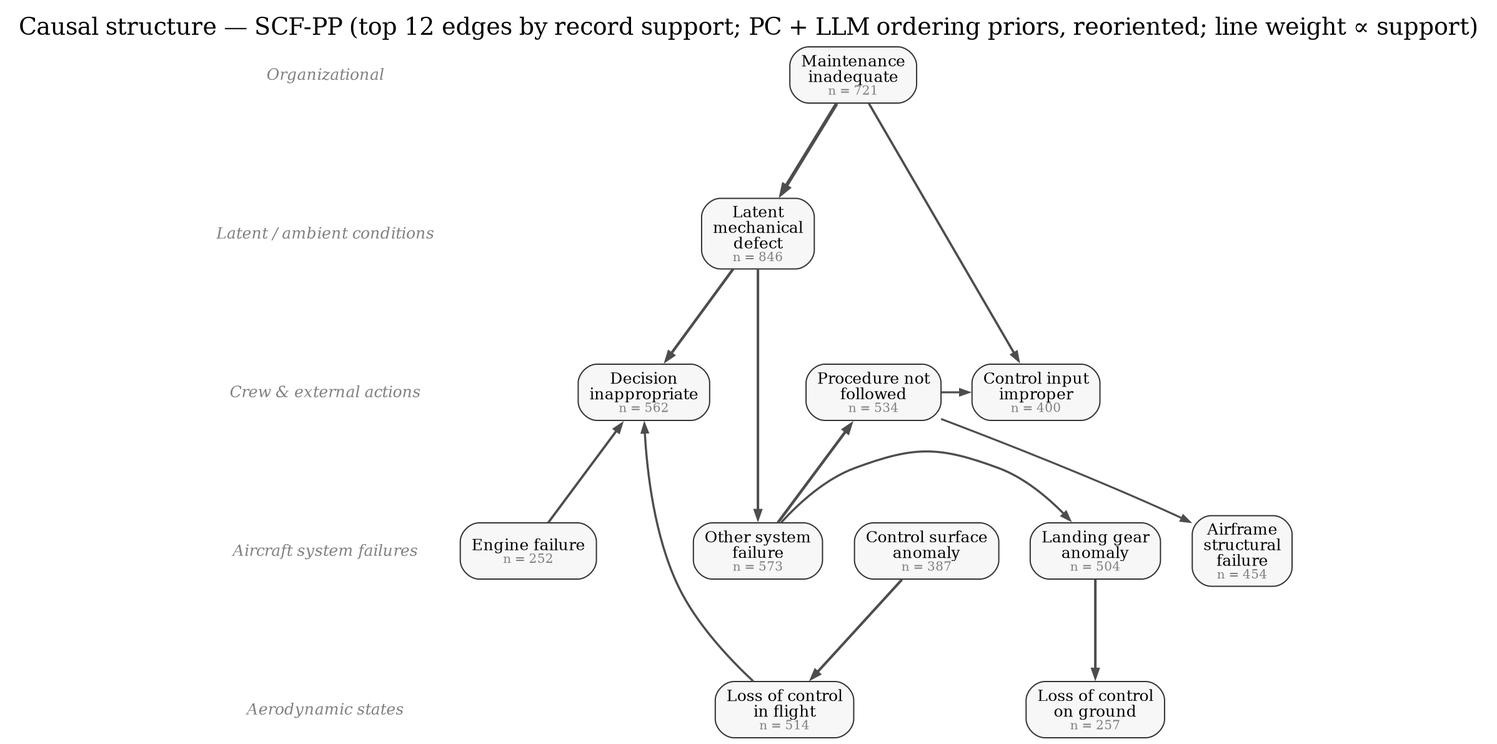
The Graphviz diagram event_extraction/out/causation_kg/figures/dag_SCF-PP_top.png in YutianPangASU/AviationSafetyReportKnowledgeGraph, before a commit. Its source is kept beside it as event_extraction/out/causation_kg/figures/dag_SCF-PP_top.gv. The source it was exported from:
```dot
digraph G {
  rankdir=TB; splines=spline; nodesep=0.28; ranksep=0.85;
  bgcolor="white";
  labelloc="t"; label=<<font face="Times-Roman" point-size="15">Causal structure &#8212; SCF-PP (top 12 edges by record support; PC + LLM ordering priors, reoriented; line weight &#8733; support)</font>>;
  node [shape=box, style="rounded,filled", fillcolor="#f7f7f7", color="#333333", penwidth=0.8, fontname="Times-Roman", fontsize=10, margin="0.10,0.05"];
  edge [color="#4d4d4d", arrowsize=0.55, fontname="Times-Roman", fontsize=8, fontcolor="#4d4d4d"];
  tier0 [shape=plaintext, style="", fillcolor=none, fontname="Times-Italic", fontsize=10, fontcolor="#808080", label="Organizational"];
  { rank=same; tier0; "MAINTENANCE_INADEQUATE" }
  tier1 [shape=plaintext, style="", fillcolor=none, fontname="Times-Italic", fontsize=10, fontcolor="#808080", label="Latent / ambient conditions"];
  { rank=same; tier1; "LATENT_MECHANICAL_DEFECT" }
  tier0 -> tier1 [style=invis];
  tier3 [shape=plaintext, style="", fillcolor=none, fontname="Times-Italic", fontsize=10, fontcolor="#808080", label="Crew & external actions"];
  { rank=same; tier3; "DECISION_INAPPROPRIATE" "CONTROL_INPUT_IMPROPER" "PROCEDURE_NOT_FOLLOWED" }
  tier1 -> tier3 [style=invis];
  tier4 [shape=plaintext, style="", fillcolor=none, fontname="Times-Italic", fontsize=10, fontcolor="#808080", label="Aircraft system failures"];
  { rank=same; tier4; "ENGINE_FAILURE" "AIRFRAME_STRUCTURAL_FAILURE" "CONTROL_SURFACE_ANOMALY" "LANDING_GEAR_ANOMALY" "OTHER_SYSTEM_FAILURE" }
  tier3 -> tier4 [style=invis];
  tier5 [shape=plaintext, style="", fillcolor=none, fontname="Times-Italic", fontsize=10, fontcolor="#808080", label="Aerodynamic states"];
  { rank=same; tier5; "LOSS_OF_CONTROL_INFLIGHT" "LOSS_OF_CONTROL_GROUND" }
  tier4 -> tier5 [style=invis];
  "AIRFRAME_STRUCTURAL_FAILURE" [label=<Airframe<br/>structural<br/>failure<br/><font point-size="8" color="#808080">n = 454</font>>];
  "CONTROL_INPUT_IMPROPER" [label=<Control input<br/>improper<br/><font point-size="8" color="#808080">n = 400</font>>];
  "CONTROL_SURFACE_ANOMALY" [label=<Control surface<br/>anomaly<br/><font point-size="8" color="#808080">n = 387</font>>];
  "DECISION_INAPPROPRIATE" [label=<Decision<br/>inappropriate<br/><font point-size="8" color="#808080">n = 562</font>>];
  "ENGINE_FAILURE" [label=<Engine failure<br/><font point-size="8" color="#808080">n = 252</font>>];
  "LANDING_GEAR_ANOMALY" [label=<Landing gear<br/>anomaly<br/><font point-size="8" color="#808080">n = 504</font>>];
  "LATENT_MECHANICAL_DEFECT" [label=<Latent<br/>mechanical<br/>defect<br/><font point-size="8" color="#808080">n = 846</font>>];
  "LOSS_OF_CONTROL_GROUND" [label=<Loss of control<br/>on ground<br/><font point-size="8" color="#808080">n = 257</font>>];
  "LOSS_OF_CONTROL_INFLIGHT" [label=<Loss of control<br/>in flight<br/><font point-size="8" color="#808080">n = 514</font>>];
  "MAINTENANCE_INADEQUATE" [label=<Maintenance<br/>inadequate<br/><font point-size="8" color="#808080">n = 721</font>>];
  "OTHER_SYSTEM_FAILURE" [label=<Other system<br/>failure<br/><font point-size="8" color="#808080">n = 573</font>>];
  "PROCEDURE_NOT_FOLLOWED" [label=<Procedure not<br/>followed<br/><font point-size="8" color="#808080">n = 534</font>>];
  "MAINTENANCE_INADEQUATE" -> "LATENT_MECHANICAL_DEFECT" [penwidth=2.30, style=solid, tooltip="MAINTENANCE_INADEQUATE -> LATENT_MECHANICAL_DEFECT: support 428, stability 0.37"];
  "OTHER_SYSTEM_FAILURE" -> "PROCEDURE_NOT_FOLLOWED" [penwidth=1.79, style=solid, tooltip="OTHER_SYSTEM_FAILURE -> PROCEDURE_NOT_FOLLOWED: support 220, stability 0.53"];
  "LATENT_MECHANICAL_DEFECT" -> "DECISION_INAPPROPRIATE" [penwidth=1.74, style=solid, tooltip="LATENT_MECHANICAL_DEFECT -> DECISION_INAPPROPRIATE: support 204, stability 0.67"];
  "CONTROL_SURFACE_ANOMALY" -> "LOSS_OF_CONTROL_INFLIGHT" [penwidth=1.64, style=solid, tooltip="CONTROL_SURFACE_ANOMALY -> LOSS_OF_CONTROL_INFLIGHT: support 172, stability 0.10"];
  "LANDING_GEAR_ANOMALY" -> "LOSS_OF_CONTROL_GROUND" [penwidth=1.61, style=solid, tooltip="LANDING_GEAR_ANOMALY -> LOSS_OF_CONTROL_GROUND: support 163, stability 0.57"];
  "LATENT_MECHANICAL_DEFECT" -> "OTHER_SYSTEM_FAILURE" [penwidth=1.60, style=solid, tooltip="LATENT_MECHANICAL_DEFECT -> OTHER_SYSTEM_FAILURE: support 161, stability 0.97"];
  "ENGINE_FAILURE" -> "DECISION_INAPPROPRIATE" [penwidth=1.50, style=solid, tooltip="ENGINE_FAILURE -> DECISION_INAPPROPRIATE: support 133, stability 0.83"];
  "MAINTENANCE_INADEQUATE" -> "CONTROL_INPUT_IMPROPER" [penwidth=1.46, style=solid, tooltip="MAINTENANCE_INADEQUATE -> CONTROL_INPUT_IMPROPER: support 123, stability 0.40"];
  "LOSS_OF_CONTROL_INFLIGHT" -> "DECISION_INAPPROPRIATE" [penwidth=1.37, style=solid, tooltip="LOSS_OF_CONTROL_INFLIGHT -> DECISION_INAPPROPRIATE: support 99, stability 0.83"];
  "OTHER_SYSTEM_FAILURE" -> "LANDING_GEAR_ANOMALY" [penwidth=1.35, style=solid, tooltip="OTHER_SYSTEM_FAILURE -> LANDING_GEAR_ANOMALY: support 96, stability 1.00"];
  "PROCEDURE_NOT_FOLLOWED" -> "CONTROL_INPUT_IMPROPER" [penwidth=1.29, style=solid, tooltip="PROCEDURE_NOT_FOLLOWED -> CONTROL_INPUT_IMPROPER: support 82, stability 0.80"];
  "PROCEDURE_NOT_FOLLOWED" -> "AIRFRAME_STRUCTURAL_FAILURE" [penwidth=1.24, style=solid, tooltip="PROCEDURE_NOT_FOLLOWED -> AIRFRAME_STRUCTURAL_FAILURE: support 72, stability 0.07"];
}
```
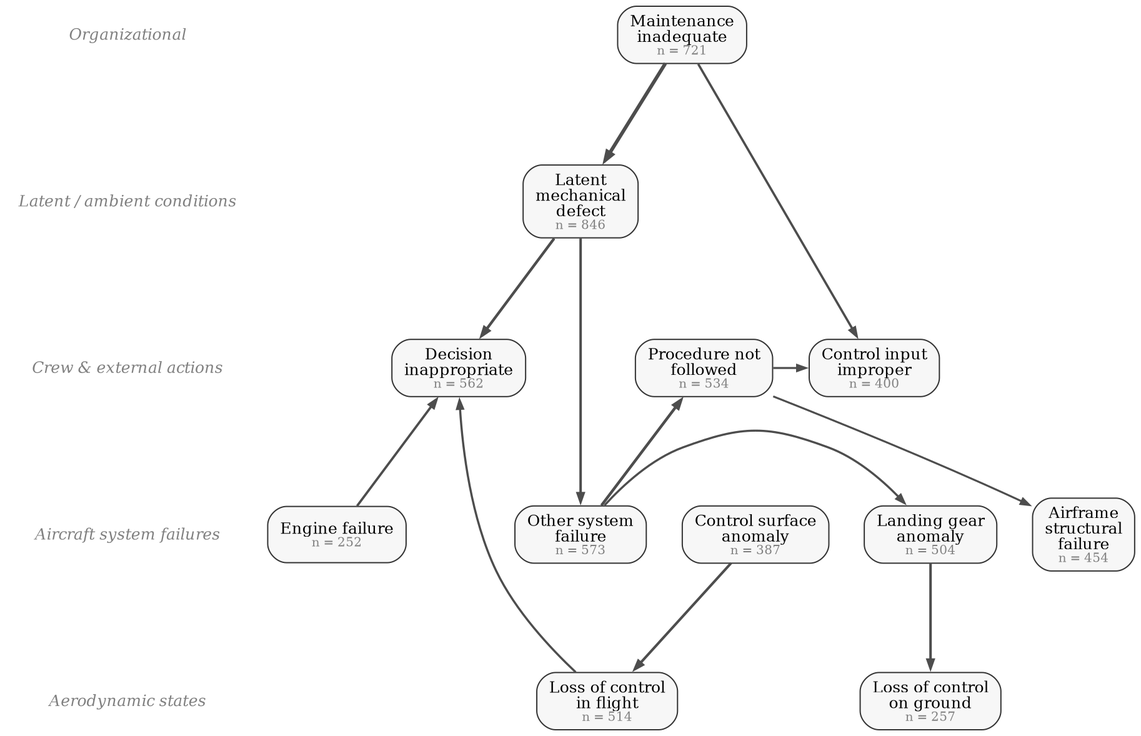
The same file after the commit.

Diff of the diagram source:
```diff
@@ -1,8 +1,7 @@
 digraph G {
-  rankdir=TB; splines=spline; nodesep=0.28; ranksep=0.85;
+  rankdir=TB; splines=spline; nodesep=0.32; ranksep=0.9;
   bgcolor="white";
-  labelloc="t"; label=<<font face="Times-Roman" point-size="15">Causal structure &#8212; SCF-PP (top 12 edges by record support; PC + LLM ordering priors, reoriented; line weight &#8733; support)</font>>;
-  node [shape=box, style="rounded,filled", fillcolor="#f7f7f7", color="#333333", penwidth=0.8, fontname="Times-Roman", fontsize=10, margin="0.10,0.05"];
+  node [shape=box, style="rounded,filled", fillcolor="#f7f7f7", color="#333333", penwidth=0.8, fontname="Times-Roman", fontsize=10, margin="0.11,0.06"];
   edge [color="#4d4d4d", arrowsize=0.55, fontname="Times-Roman", fontsize=8, fontcolor="#4d4d4d"];
   tier0 [shape=plaintext, style="", fillcolor=none, fontname="Times-Italic", fontsize=10, fontcolor="#808080", label="Organizational"];
   { rank=same; tier0; "MAINTENANCE_INADEQUATE" }
```
